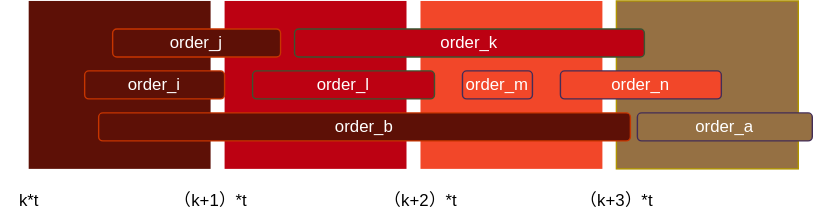
hi-underworld/Advanced_Algorithm_VRP keeps this draw.io diagram as images/due_order.drawio.svg. Above is the earlier version. Source tidied: cells renumbered, new cells last; positions are measured from the earlier drawing's top-left corner, leaving out a move shared by most shapes.
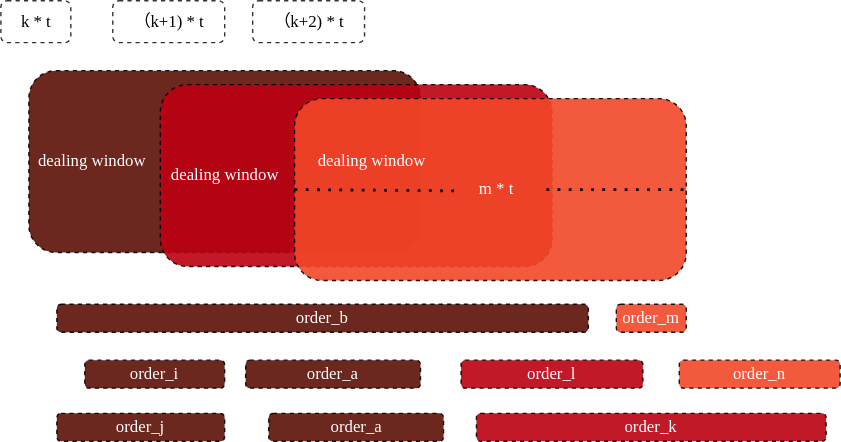
After the change.

The edit, as a diff of the source:
```diff
@@ -2,53 +2,77 @@
   <root>
     <mxCell id="0" />
     <mxCell id="1" parent="0" />
-    <mxCell id="2" style="rounded=0;whiteSpace=wrap;html=1;fillColor=#5D1006;strokeColor=none;fontColor=#000000;" parent="1" vertex="1">
-      <mxGeometry x="20" width="130" height="120" as="geometry" />
+    <mxCell id="2" style="rounded=1;whiteSpace=wrap;html=1;fillColor=#5D1006;strokeColor=default;fontColor=#000000;fontFamily=Comic Sans MS;opacity=90;dashed=1;" parent="1" vertex="1">
+      <mxGeometry x="20" width="280" height="130" as="geometry" />
     </mxCell>
-    <mxCell id="3" style="rounded=0;whiteSpace=wrap;html=1;fillColor=#Bc0112;fontColor=#ffffff;strokeColor=none;" parent="1" vertex="1">
-      <mxGeometry x="160" width="130" height="120" as="geometry" />
+    <mxCell id="3" style="rounded=1;whiteSpace=wrap;html=1;fillColor=#Bc0112;fontColor=#ffffff;strokeColor=default;fontFamily=Comic Sans MS;opacity=90;dashed=1;" parent="1" vertex="1">
+      <mxGeometry x="114" y="10" width="280" height="130" as="geometry" />
     </mxCell>
-    <mxCell id="4" style="rounded=0;whiteSpace=wrap;html=1;fillColor=#F24729;fontColor=#ffffff;strokeColor=none;" parent="1" vertex="1">
-      <mxGeometry x="300" width="130" height="120" as="geometry" />
+    <mxCell id="4" style="rounded=1;whiteSpace=wrap;html=1;fillColor=#F24729;fontColor=#ffffff;strokeColor=default;fontFamily=Comic Sans MS;opacity=90;dashed=1;" parent="1" vertex="1">
+      <mxGeometry x="210" y="20" width="280" height="130" as="geometry" />
     </mxCell>
-    <mxCell id="5" style="rounded=0;whiteSpace=wrap;html=1;fillColor=#957043;fontColor=#000000;strokeColor=#B09500;" parent="1" vertex="1">
-      <mxGeometry x="440" width="130" height="120" as="geometry" />
-    </mxCell>
-    <mxCell id="6" value="k*t" style="text;html=1;align=center;verticalAlign=middle;strokeColor=none;fillColor=none;" parent="1" vertex="1">
-      <mxGeometry y="128" width="40" height="30" as="geometry" />
+    <mxCell id="6" value="k * t" style="text;html=1;align=center;verticalAlign=middle;strokeColor=default;fillColor=none;fontFamily=Comic Sans MS;rounded=1;opacity=80;dashed=1;" parent="1" vertex="1">
+      <mxGeometry y="-50" width="50" height="30" as="geometry" />
     </mxCell>
+    <mxCell id="18" style="edgeStyle=orthogonalEdgeStyle;rounded=0;jettySize=auto;html=1;labelBackgroundColor=none;fontColor=#FFFFFF;" parent="1" edge="1" source="7" target="4">
+      <mxGeometry relative="1" as="geometry">
+        <Array as="points">
+          <mxPoint x="350" y="50" />
+          <mxPoint x="395" y="50" />
+          <mxPoint x="395" y="120" />
+        </Array>
+      </mxGeometry>
+    </mxCell>
-    <mxCell id="7" value="（k+1）*t" style="text;html=1;align=center;verticalAlign=middle;points=[];strokeColor=none;fillColor=none;" parent="1" vertex="1">
-      <mxGeometry x="110" y="128" width="80" height="30" as="geometry" />
+    <mxCell id="7" value="m * t" style="text;html=1;align=center;verticalAlign=middle;points=[];strokeColor=none;fillColor=none;fontFamily=Comic Sans MS;rounded=1;opacity=80;dashed=1;labelBackgroundColor=none;fontColor=#FFFFFF;" parent="1" vertex="1">
+      <mxGeometry x="329" y="70" width="50" height="30" as="geometry" />
     </mxCell>
-    <mxCell id="8" value="（k+2）*t" style="text;html=1;align=center;verticalAlign=middle;strokeColor=none;fillColor=none;" parent="1" vertex="1">
-      <mxGeometry x="260" y="128" width="80" height="30" as="geometry" />
+    <mxCell id="8" value="（k+1) * t" style="text;html=1;align=center;verticalAlign=middle;strokeColor=default;fillColor=none;fontFamily=Comic Sans MS;rounded=1;opacity=80;dashed=1;" parent="1" vertex="1">
+      <mxGeometry x="80" y="-50" width="80" height="30" as="geometry" />
     </mxCell>
-    <mxCell id="9" value="（k+3）*t" style="text;html=1;align=center;verticalAlign=middle;strokeColor=none;fillColor=none;" parent="1" vertex="1">
-      <mxGeometry x="400" y="128" width="80" height="30" as="geometry" />
-    </mxCell>
-    <mxCell id="10" value="&lt;font color=&quot;#ffffff&quot;&gt;order_j&lt;/font&gt;" style="rounded=1;whiteSpace=wrap;html=1;fillColor=#5D1006;strokeColor=#C73500;fontColor=#000000;" parent="1" vertex="1">
-      <mxGeometry x="80" y="20" width="120" height="20" as="geometry" />
+    <mxCell id="10" value="&lt;font color=&quot;#ffffff&quot;&gt;order_j&lt;/font&gt;" style="rounded=1;whiteSpace=wrap;html=1;fillColor=#5D1006;strokeColor=default;fontColor=#000000;fontFamily=Comic Sans MS;opacity=90;dashed=1;" parent="1" vertex="1">
+      <mxGeometry x="40" y="245" width="120" height="20" as="geometry" />
     </mxCell>
-    <mxCell id="11" value="&lt;font color=&quot;#ffffff&quot;&gt;order_i&lt;/font&gt;" style="rounded=1;whiteSpace=wrap;html=1;fillColor=#5D1006;strokeColor=#C73500;fontColor=#000000;" parent="1" vertex="1">
-      <mxGeometry x="60" y="50" width="100" height="20" as="geometry" />
+    <mxCell id="11" value="&lt;font color=&quot;#ffffff&quot;&gt;order_i&lt;/font&gt;" style="rounded=1;whiteSpace=wrap;html=1;fillColor=#5D1006;strokeColor=default;fontColor=#000000;fontFamily=Comic Sans MS;opacity=90;dashed=1;" parent="1" vertex="1">
+      <mxGeometry x="60" y="207" width="100" height="20" as="geometry" />
     </mxCell>
-    <mxCell id="12" value="order_l" style="rounded=1;whiteSpace=wrap;html=1;fillColor=#BC0112;strokeColor=#3A5431;fontColor=#ffffff;" parent="1" vertex="1">
-      <mxGeometry x="180" y="50" width="130" height="20" as="geometry" />
+    <mxCell id="12" value="order_l" style="rounded=1;whiteSpace=wrap;html=1;fillColor=#BC0112;strokeColor=default;fontColor=#ffffff;fontFamily=Comic Sans MS;opacity=90;dashed=1;" parent="1" vertex="1">
+      <mxGeometry x="329" y="207" width="130" height="20" as="geometry" />
     </mxCell>
-    <mxCell id="13" value="order_k" style="rounded=1;whiteSpace=wrap;html=1;fillColor=#BC0112;strokeColor=#3A5431;fontColor=#ffffff;" parent="1" vertex="1">
-      <mxGeometry x="210" y="20" width="250" height="20" as="geometry" />
+    <mxCell id="13" value="order_k" style="rounded=1;whiteSpace=wrap;html=1;fillColor=#BC0112;strokeColor=default;fontColor=#ffffff;fontFamily=Comic Sans MS;opacity=90;dashed=1;" parent="1" vertex="1">
+      <mxGeometry x="340" y="245" width="250" height="20" as="geometry" />
     </mxCell>
-    <mxCell id="14" value="order_m" style="rounded=1;whiteSpace=wrap;html=1;fillColor=#F24729;strokeColor=#432D57;fontColor=#ffffff;" parent="1" vertex="1">
-      <mxGeometry x="330" y="50" width="50" height="20" as="geometry" />
+    <mxCell id="14" value="order_m" style="rounded=1;whiteSpace=wrap;html=1;fillColor=#F24729;strokeColor=default;fontColor=#ffffff;fontFamily=Comic Sans MS;opacity=90;dashed=1;" parent="1" vertex="1">
+      <mxGeometry x="440" y="167" width="50" height="20" as="geometry" />
     </mxCell>
-    <mxCell id="15" value="order_a" style="rounded=1;whiteSpace=wrap;html=1;fillColor=#957043;strokeColor=#432D57;fontColor=#ffffff;" parent="1" vertex="1">
-      <mxGeometry x="455" y="80" width="125" height="20" as="geometry" />
+    <mxCell id="15" value="order_a" style="rounded=1;whiteSpace=wrap;html=1;fillColor=#5D1006;strokeColor=default;fontColor=#ffffff;fontFamily=Comic Sans MS;opacity=90;dashed=1;" parent="1" vertex="1">
+      <mxGeometry x="191.5" y="245" width="125" height="20" as="geometry" />
     </mxCell>
-    <mxCell id="16" value="order_n" style="rounded=1;whiteSpace=wrap;html=1;fillColor=#F24729;strokeColor=#432D57;fontColor=#ffffff;" parent="1" vertex="1">
-      <mxGeometry x="400" y="50" width="115" height="20" as="geometry" />
+    <mxCell id="16" value="order_n" style="rounded=1;whiteSpace=wrap;html=1;fillColor=#F24729;strokeColor=default;fontColor=#ffffff;fontFamily=Comic Sans MS;opacity=90;dashed=1;" parent="1" vertex="1">
+      <mxGeometry x="485" y="207" width="115" height="20" as="geometry" />
     </mxCell>
-    <mxCell id="17" value="&lt;font color=&quot;#ffffff&quot;&gt;order_b&lt;/font&gt;" style="rounded=1;whiteSpace=wrap;html=1;fillColor=#5D1006;strokeColor=#C73500;fontColor=#000000;" parent="1" vertex="1">
-      <mxGeometry x="70" y="80" width="380" height="20" as="geometry" />
+    <mxCell id="17" value="&lt;font color=&quot;#ffffff&quot;&gt;order_b&lt;/font&gt;" style="rounded=1;whiteSpace=wrap;html=1;fillColor=#5D1006;strokeColor=default;fontColor=#000000;fontFamily=Comic Sans MS;opacity=90;dashed=1;" parent="1" vertex="1">
+      <mxGeometry x="40" y="167" width="380" height="20" as="geometry" />
     </mxCell>
+    <mxCell id="19" style="endArrow=none;dashed=1;html=1;dashPattern=1 3;strokeWidth=2;rounded=0;entryX=1;entryY=0.5;entryDx=0;entryDy=0;exitX=1.22;exitY=0.5;exitDx=0;exitDy=0;exitPerimeter=0;labelBackgroundColor=none;fontColor=#FFFFFF;" parent="1" edge="1" source="7" target="4">
+      <mxGeometry relative="1" as="geometry" />
+    </mxCell>
+    <mxCell id="20" style="endArrow=none;dashed=1;html=1;dashPattern=1 3;strokeWidth=2;rounded=0;exitX=0;exitY=0.5;exitDx=0;exitDy=0;entryX=-0.033;entryY=0.533;entryDx=0;entryDy=0;entryPerimeter=0;labelBackgroundColor=none;fontColor=#FFFFFF;" parent="1" edge="1" source="4" target="7">
+      <mxGeometry relative="1" as="geometry" />
+    </mxCell>
+    <mxCell id="21" value="（k+2) * t" style="text;html=1;align=center;verticalAlign=middle;strokeColor=default;fillColor=none;fontFamily=Comic Sans MS;rounded=1;opacity=80;dashed=1;" parent="1" vertex="1">
+      <mxGeometry x="180" y="-50" width="80" height="30" as="geometry" />
+    </mxCell>
+    <mxCell id="22" value="dealing window" style="text;html=1;align=center;verticalAlign=middle;strokeColor=none;fillColor=none;fontFamily=Comic Sans MS;rounded=1;opacity=80;dashed=1;labelBackgroundColor=none;fontColor=#FFFFFF;" parent="1" vertex="1">
+      <mxGeometry x="10" y="50" width="110" height="30" as="geometry" />
+    </mxCell>
+    <mxCell id="23" value="dealing window" style="text;html=1;align=center;verticalAlign=middle;strokeColor=none;fillColor=none;fontFamily=Comic Sans MS;rounded=1;opacity=80;dashed=1;labelBackgroundColor=none;fontColor=#FFFFFF;" parent="1" vertex="1">
+      <mxGeometry x="105" y="60" width="110" height="30" as="geometry" />
+    </mxCell>
+    <mxCell id="24" value="dealing window" style="text;html=1;align=center;verticalAlign=middle;strokeColor=none;fillColor=none;fontFamily=Comic Sans MS;rounded=1;opacity=80;dashed=1;labelBackgroundColor=none;fontColor=#FFFFFF;" parent="1" vertex="1">
+      <mxGeometry x="210" y="50" width="110" height="30" as="geometry" />
+    </mxCell>
+    <mxCell id="25" value="order_a" style="rounded=1;whiteSpace=wrap;html=1;fillColor=#5D1006;strokeColor=default;fontColor=#ffffff;fontFamily=Comic Sans MS;opacity=90;dashed=1;" parent="1" vertex="1">
+      <mxGeometry x="175" y="207" width="125" height="20" as="geometry" />
+    </mxCell>
   </root>
 </mxGraphModel>
```
